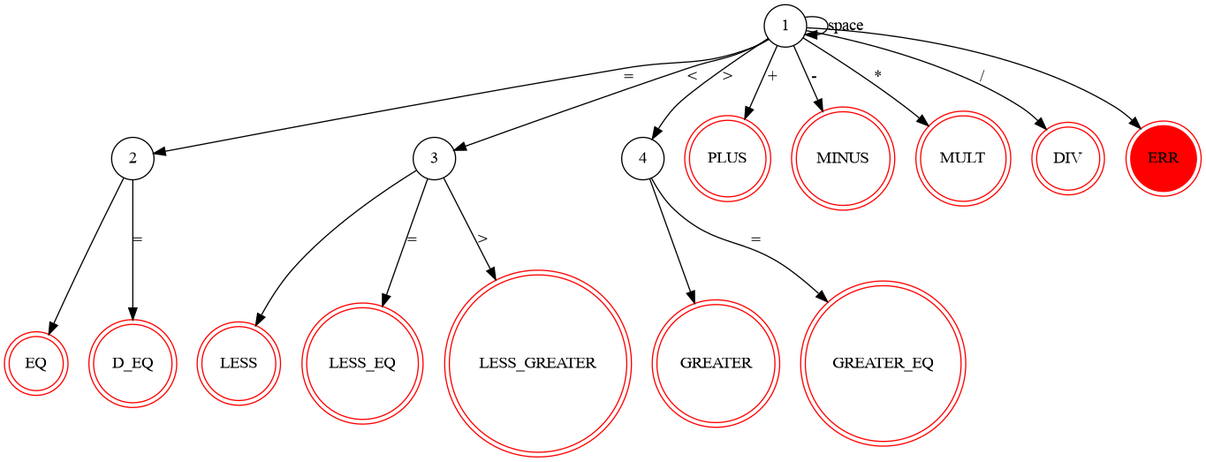
This is resources/diagrams/dfa_operator.png from Wmbat/toy_compiler, a Graphviz export, as it was before one commit. Its source is kept beside it as resources/diagrams/dfa_operator.dot.
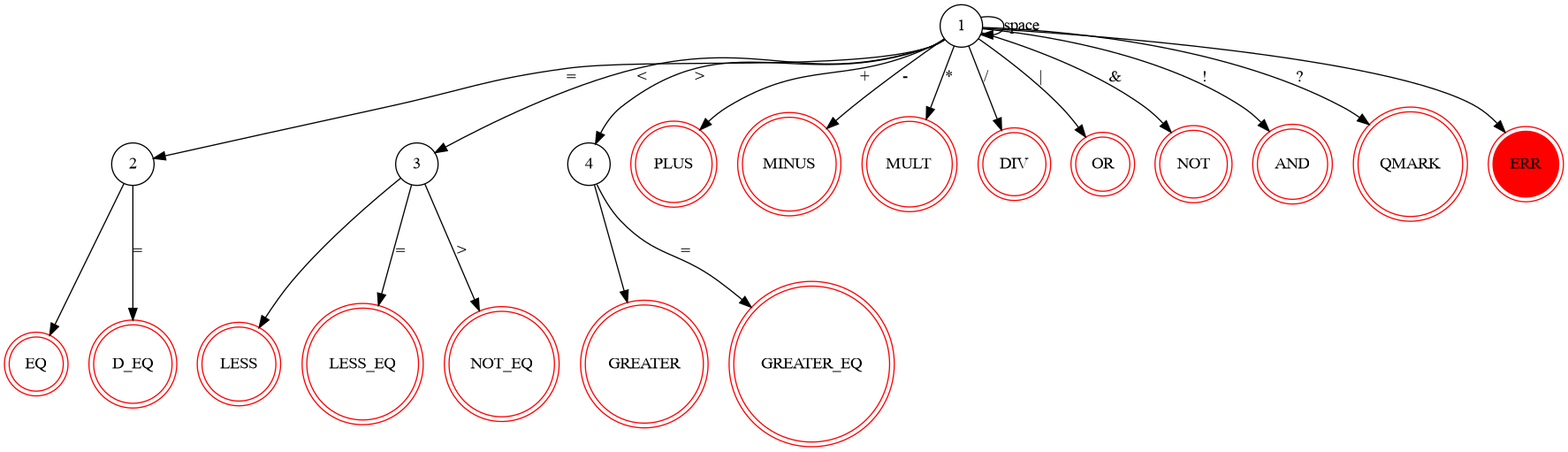
Above is the later version.

Change to the diagram source:
```diff
@@ -14,7 +14,11 @@
   "27" [shape=doublecircle, label="GREATER", color=red]
   "28" [shape=doublecircle, label="LESS_EQ", color=red]
   "29" [shape=doublecircle, label="GREATER_EQ", color=red]
-  "30" [shape=doublecircle, label="LESS_GREATER", color=red]
+  "30" [shape=doublecircle, label="NOT_EQ", color=red]
+  "31" [shape=doublecircle, label="OR", color=red]
+  "32" [shape=doublecircle, label="NOT", color=red]
+  "33" [shape=doublecircle, label="AND", color=red]
+  "34" [shape=doublecircle, label="QMARK", color=red]
   "40" [shape=doublecircle, label="ERR", color=red, style=filled]
 
   "1" -> "1" [label="space"]
@@ -36,4 +40,9 @@
   "1" -> "4" [label=">"]
   "4" -> "27"
   "4" -> "29" [label="="]
+
+  "1" -> "31" [label="|"]
+  "1" -> "32" [label="&"]
+  "1" -> "33" [label="!"]
+  "1" -> "34" [label="?"]
 }
```
